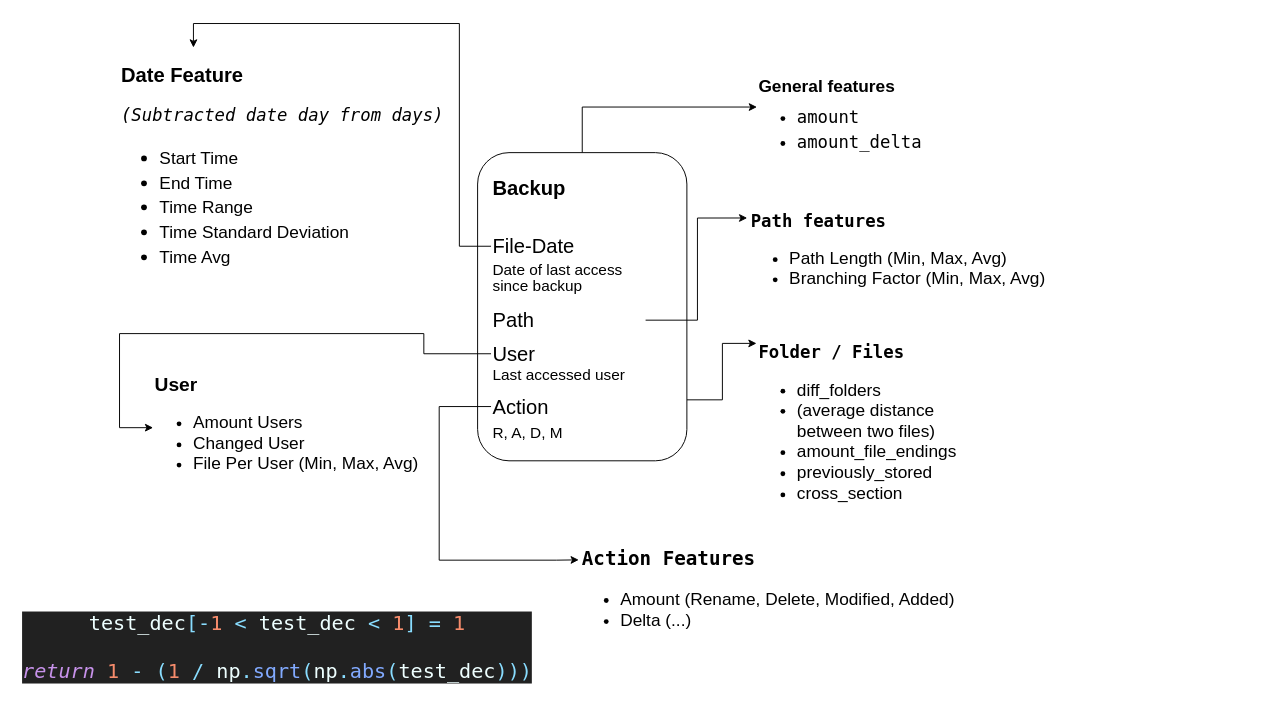
Earlier version of the draw.io diagram diagrams/FeatureOverview.drawio (Blaxzter/AI-RWTH-Internship). Source tidied: cells renumbered, new cells numbered last; positions are measured from the earlier drawing's top-left corner, leaving out a move shared by most shapes. Both pictures are drawn from the tidied source at 96%, with x=0, y=0 at pixel (16, 23).
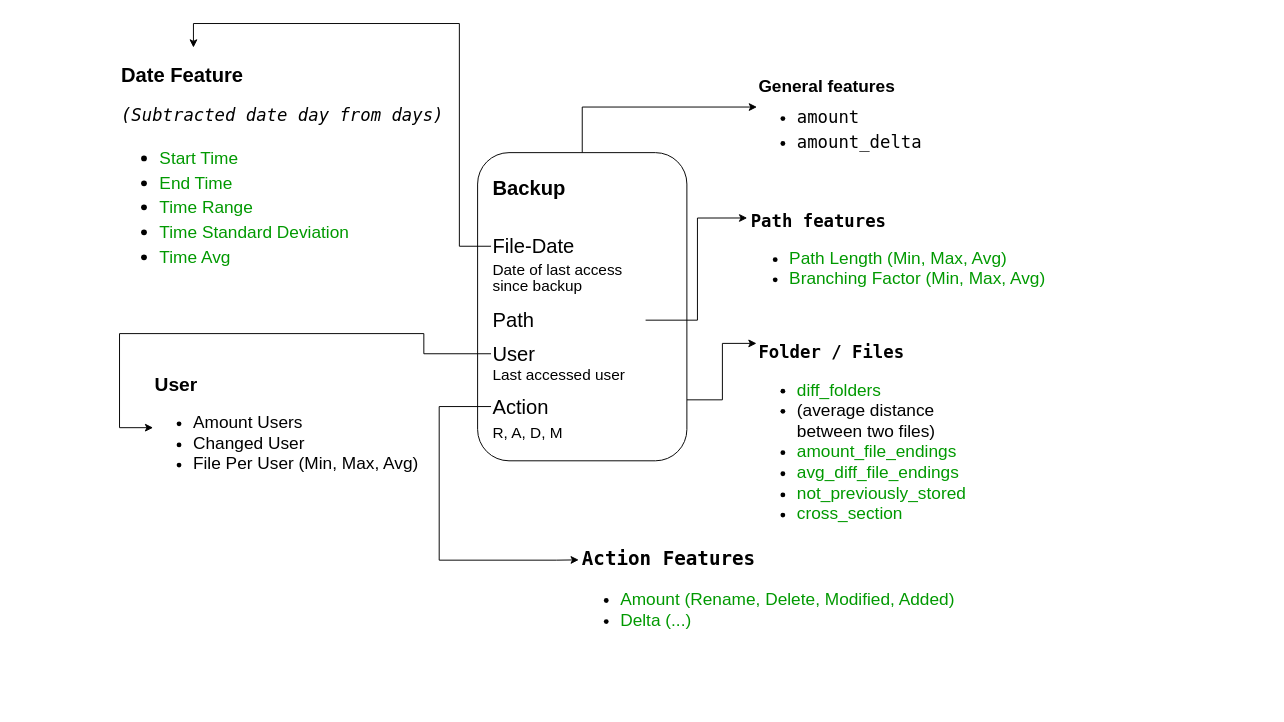
After the change.

The edit, as a diff of the source:
```diff
@@
-    <mxCell id="19" value="&lt;pre style=&quot;font-family: &amp;#34;menlo&amp;#34; , monospace ; font-size: 18px&quot;&gt;&lt;font style=&quot;font-size: 18px&quot;&gt;&lt;span style=&quot;background-color: transparent&quot;&gt;&lt;b&gt;Path features&lt;/b&gt;&lt;span style=&quot;font-style: italic&quot;&gt;&lt;br&gt;&lt;/span&gt;&lt;/span&gt;&lt;/font&gt;&lt;/pre&gt;&lt;ul style=&quot;font-size: 18px&quot;&gt;&lt;li&gt;&lt;font style=&quot;font-size: 18px&quot;&gt;&lt;span style=&quot;background-color: transparent&quot;&gt;Path Length (Min, Max, Avg)&lt;/span&gt;&lt;/font&gt;&lt;/li&gt;&lt;li&gt;Branching Factor (Min, Max, Avg)&lt;br&gt;&lt;/li&gt;&lt;/ul&gt;&lt;pre style=&quot;font-family: &amp;#34;menlo&amp;#34; , monospace ; font-size: 18px&quot;&gt;&lt;font style=&quot;font-size: 18px&quot;&gt;&lt;span style=&quot;background-color: transparent&quot;&gt;&lt;br&gt;&lt;/span&gt;&lt;/font&gt;&lt;/pre&gt;" style="text;whiteSpace=wrap;html=1;fontSize=21;" parent="1" vertex="1">
+    <mxCell id="19" value="&lt;pre style=&quot;font-family: &amp;#34;menlo&amp;#34; , monospace ; font-size: 18px&quot;&gt;&lt;font style=&quot;font-size: 18px&quot;&gt;&lt;span style=&quot;background-color: transparent&quot;&gt;&lt;b&gt;Path features&lt;/b&gt;&lt;span style=&quot;font-style: italic&quot;&gt;&lt;br&gt;&lt;/span&gt;&lt;/span&gt;&lt;/font&gt;&lt;/pre&gt;&lt;ul style=&quot;font-size: 18px&quot;&gt;&lt;li&gt;&lt;font style=&quot;font-size: 18px&quot; color=&quot;#009900&quot;&gt;&lt;span style=&quot;background-color: transparent&quot;&gt;Path Length (Min, Max, Avg)&lt;/span&gt;&lt;/font&gt;&lt;/li&gt;&lt;li&gt;&lt;font color=&quot;#009900&quot;&gt;Branching Factor (Min, Max, Avg)&lt;br&gt;&lt;/font&gt;&lt;/li&gt;&lt;/ul&gt;&lt;pre style=&quot;font-family: &amp;#34;menlo&amp;#34; , monospace ; font-size: 18px&quot;&gt;&lt;font style=&quot;font-size: 18px&quot;&gt;&lt;span style=&quot;background-color: transparent&quot;&gt;&lt;br&gt;&lt;/span&gt;&lt;/font&gt;&lt;/pre&gt;" style="text;whiteSpace=wrap;html=1;fontSize=21;" parent="1" vertex="1">
       <mxGeometry x="763" y="170" width="540" height="231" as="geometry" />
     </mxCell>
-    <mxCell id="20" value="&lt;font size=&quot;1&quot;&gt;&lt;b&gt;&lt;font style=&quot;font-size: 18px&quot;&gt;&lt;span style=&quot;background-color: transparent ; font-size: 21px&quot;&gt;Date Feature &lt;/span&gt;&lt;/font&gt;&lt;/b&gt;&lt;/font&gt;&lt;br&gt;&lt;font style=&quot;font-size: 18px&quot;&gt;&lt;span style=&quot;background-color: transparent&quot;&gt;&lt;span style=&quot;font-style: italic&quot;&gt;&lt;/span&gt;&lt;/span&gt;&lt;/font&gt;&lt;pre style=&quot;font-family: &amp;#34;menlo&amp;#34; , monospace ; font-size: 18px&quot;&gt;&lt;font style=&quot;font-size: 18px&quot;&gt;&lt;span style=&quot;background-color: transparent&quot;&gt;&lt;span style=&quot;font-style: italic&quot;&gt;(Subtracted date day from days)&lt;br&gt;&lt;/span&gt;&lt;/span&gt;&lt;/font&gt;&lt;/pre&gt;&lt;ul&gt;&lt;li&gt;&lt;font style=&quot;font-size: 18px&quot;&gt;&lt;span style=&quot;background-color: transparent&quot;&gt;Start Time &lt;br&gt;&lt;/span&gt;&lt;/font&gt;&lt;/li&gt;&lt;li&gt;&lt;font style=&quot;font-size: 18px&quot;&gt;&lt;span style=&quot;background-color: transparent&quot;&gt;End Time&lt;br&gt;&lt;/span&gt;&lt;/font&gt;&lt;/li&gt;&lt;li&gt;&lt;font style=&quot;font-size: 18px&quot;&gt;&lt;span style=&quot;background-color: transparent&quot;&gt;Time Range&lt;br&gt;&lt;/span&gt;&lt;/font&gt;&lt;/li&gt;&lt;li&gt;&lt;font style=&quot;font-size: 18px&quot;&gt;&lt;span style=&quot;background-color: transparent&quot;&gt;Time Standard Deviation&lt;br&gt;&lt;/span&gt;&lt;/font&gt;&lt;/li&gt;&lt;li&gt;&lt;font style=&quot;font-size: 18px&quot;&gt;&lt;span style=&quot;background-color: transparent&quot;&gt;Time Avg&lt;br&gt;&lt;/span&gt;&lt;/font&gt;&lt;/li&gt;&lt;/ul&gt;&lt;pre style=&quot;font-family: &amp;#34;menlo&amp;#34; , monospace ; font-size: 18px&quot;&gt;&lt;font style=&quot;font-size: 18px&quot;&gt;&lt;span style=&quot;background-color: transparent&quot;&gt;&lt;br&gt;&lt;/span&gt;&lt;span style=&quot;background-color: transparent&quot;&gt;&lt;br&gt;&lt;br&gt;&lt;br&gt;&lt;/span&gt;&lt;/font&gt;&lt;/pre&gt;" style="text;whiteSpace=wrap;html=1;fontSize=21;" parent="1" vertex="1">
+    <mxCell id="20" value="&lt;font size=&quot;1&quot;&gt;&lt;b&gt;&lt;font style=&quot;font-size: 18px&quot;&gt;&lt;span style=&quot;background-color: transparent ; font-size: 21px&quot;&gt;Date Feature &lt;/span&gt;&lt;/font&gt;&lt;/b&gt;&lt;/font&gt;&lt;br&gt;&lt;font style=&quot;font-size: 18px&quot;&gt;&lt;span style=&quot;background-color: transparent&quot;&gt;&lt;span style=&quot;font-style: italic&quot;&gt;&lt;/span&gt;&lt;/span&gt;&lt;/font&gt;&lt;pre style=&quot;font-family: &amp;#34;menlo&amp;#34; , monospace ; font-size: 18px&quot;&gt;&lt;font style=&quot;font-size: 18px&quot;&gt;&lt;span style=&quot;background-color: transparent&quot;&gt;&lt;span style=&quot;font-style: italic&quot;&gt;(Subtracted date day from days)&lt;br&gt;&lt;/span&gt;&lt;/span&gt;&lt;/font&gt;&lt;/pre&gt;&lt;ul&gt;&lt;li&gt;&lt;font style=&quot;font-size: 18px&quot; color=&quot;#009900&quot;&gt;&lt;span style=&quot;background-color: transparent&quot;&gt;Start Time &lt;br&gt;&lt;/span&gt;&lt;/font&gt;&lt;/li&gt;&lt;li&gt;&lt;font style=&quot;font-size: 18px&quot; color=&quot;#009900&quot;&gt;&lt;span style=&quot;background-color: transparent&quot;&gt;End Time&lt;br&gt;&lt;/span&gt;&lt;/font&gt;&lt;/li&gt;&lt;li&gt;&lt;font style=&quot;font-size: 18px&quot; color=&quot;#009900&quot;&gt;&lt;span style=&quot;background-color: transparent&quot;&gt;Time Range&lt;br&gt;&lt;/span&gt;&lt;/font&gt;&lt;/li&gt;&lt;li&gt;&lt;font style=&quot;font-size: 18px&quot; color=&quot;#009900&quot;&gt;&lt;span style=&quot;background-color: transparent&quot;&gt;Time Standard Deviation&lt;br&gt;&lt;/span&gt;&lt;/font&gt;&lt;/li&gt;&lt;li&gt;&lt;font style=&quot;font-size: 18px&quot;&gt;&lt;span style=&quot;background-color: transparent&quot;&gt;&lt;font color=&quot;#009900&quot;&gt;Time Avg&lt;/font&gt;&lt;br&gt;&lt;/span&gt;&lt;/font&gt;&lt;/li&gt;&lt;/ul&gt;&lt;pre style=&quot;font-family: &amp;#34;menlo&amp;#34; , monospace ; font-size: 18px&quot;&gt;&lt;font style=&quot;font-size: 18px&quot;&gt;&lt;span style=&quot;background-color: transparent&quot;&gt;&lt;br&gt;&lt;/span&gt;&lt;span style=&quot;background-color: transparent&quot;&gt;&lt;br&gt;&lt;br&gt;&lt;br&gt;&lt;/span&gt;&lt;/font&gt;&lt;/pre&gt;" style="text;whiteSpace=wrap;html=1;fontSize=21;" parent="1" vertex="1">
       <mxGeometry x="107" y="34" width="365" height="244" as="geometry" />
     </mxCell>
-    <mxCell id="21" value="&lt;pre style=&quot;font-family: &amp;#34;menlo&amp;#34; , monospace ; font-size: 18px&quot;&gt;&lt;font style=&quot;font-size: 18px&quot;&gt;&lt;span style=&quot;background-color: transparent&quot;&gt;&lt;b&gt;Folder / Files&lt;/b&gt;&lt;span style=&quot;font-style: italic&quot;&gt;&lt;br&gt;&lt;/span&gt;&lt;/span&gt;&lt;/font&gt;&lt;/pre&gt;&lt;ul style=&quot;font-size: 18px&quot;&gt;&lt;li&gt;&lt;font style=&quot;font-size: 18px&quot;&gt;&lt;span style=&quot;background-color: transparent&quot;&gt;diff_folders&lt;/span&gt;&lt;/font&gt;&lt;/li&gt;&lt;li&gt;&lt;font style=&quot;font-size: 18px&quot;&gt;&lt;span style=&quot;background-color: transparent&quot;&gt;(average distance between two files)&lt;/span&gt;&lt;/font&gt;&lt;/li&gt;&lt;li&gt;&lt;font style=&quot;font-size: 18px&quot;&gt;&lt;span style=&quot;background-color: transparent&quot;&gt;amount_file_endings&lt;/span&gt;&lt;span style=&quot;background-color: transparent&quot;&gt;&lt;span style=&quot;background-color: transparent&quot;&gt;&lt;/span&gt;&lt;/span&gt;&lt;/font&gt;&lt;/li&gt;&lt;li&gt;&lt;font style=&quot;font-size: 18px&quot;&gt;&lt;span style=&quot;background-color: transparent&quot;&gt;&lt;span style=&quot;background-color: transparent&quot;&gt;previously_stored&lt;/span&gt;&lt;/span&gt;&lt;/font&gt;&lt;/li&gt;&lt;li&gt;&lt;font style=&quot;font-size: 18px&quot;&gt;&lt;span style=&quot;background-color: transparent&quot;&gt;&lt;span style=&quot;background-color: transparent&quot;&gt;cross_section&lt;/span&gt; &lt;/span&gt;&lt;/font&gt;&lt;/li&gt;&lt;/ul&gt;" style="text;whiteSpace=wrap;html=1;fontSize=21;" parent="1" vertex="1">
+    <mxCell id="21" value="&lt;pre style=&quot;font-family: &amp;#34;menlo&amp;#34; , monospace ; font-size: 18px&quot;&gt;&lt;font style=&quot;font-size: 18px&quot;&gt;&lt;span style=&quot;background-color: transparent&quot;&gt;&lt;b&gt;Folder / Files&lt;/b&gt;&lt;span style=&quot;font-style: italic&quot;&gt;&lt;br&gt;&lt;/span&gt;&lt;/span&gt;&lt;/font&gt;&lt;/pre&gt;&lt;ul style=&quot;font-size: 18px&quot;&gt;&lt;li&gt;&lt;font style=&quot;font-size: 18px&quot; color=&quot;#009900&quot;&gt;&lt;span style=&quot;background-color: transparent&quot;&gt;diff_folders&lt;/span&gt;&lt;/font&gt;&lt;/li&gt;&lt;li&gt;&lt;font style=&quot;font-size: 18px&quot;&gt;&lt;span style=&quot;background-color: transparent&quot;&gt;(average distance between two files)&lt;/span&gt;&lt;/font&gt;&lt;/li&gt;&lt;li&gt;&lt;font style=&quot;font-size: 18px&quot; color=&quot;#009900&quot;&gt;&lt;span style=&quot;background-color: transparent&quot;&gt;amount_file_endings&lt;/span&gt;&lt;span style=&quot;background-color: transparent&quot;&gt;&lt;span style=&quot;background-color: transparent&quot;&gt;&lt;/span&gt;&lt;/span&gt;&lt;/font&gt;&lt;/li&gt;&lt;li&gt;&lt;font style=&quot;font-size: 18px&quot; color=&quot;#009900&quot;&gt;&lt;span style=&quot;background-color: transparent&quot;&gt;avg_diff_file_endings&lt;/span&gt;&lt;/font&gt;&lt;/li&gt;&lt;li&gt;&lt;font style=&quot;font-size: 18px&quot; color=&quot;#009900&quot;&gt;&lt;span style=&quot;background-color: transparent&quot;&gt;&lt;span style=&quot;background-color: transparent&quot;&gt;not_previously_stored&lt;/span&gt;&lt;/span&gt;&lt;/font&gt;&lt;/li&gt;&lt;li&gt;&lt;font style=&quot;font-size: 18px&quot;&gt;&lt;span style=&quot;background-color: transparent&quot;&gt;&lt;span style=&quot;background-color: transparent&quot;&gt;&lt;font color=&quot;#009900&quot;&gt;cross_section&lt;/font&gt;&lt;/span&gt; &lt;/span&gt;&lt;/font&gt;&lt;/li&gt;&lt;/ul&gt;" style="text;whiteSpace=wrap;html=1;fontSize=21;" parent="1" vertex="1">
       <mxGeometry x="771" y="307" width="226" height="194" as="geometry" />
     </mxCell>
-    <mxCell id="22" value="&lt;p style=&quot;line-height: 0% ; font-size: 20px&quot;&gt;&lt;/p&gt;&lt;pre style=&quot;font-family: &amp;#34;menlo&amp;#34; , monospace ; font-size: 20px&quot;&gt;&lt;font style=&quot;font-size: 20px&quot;&gt;&lt;span style=&quot;background-color: transparent&quot;&gt;&lt;b&gt;Action Features&lt;/b&gt;&lt;span style=&quot;font-style: italic&quot;&gt;&lt;br&gt;&lt;/span&gt;&lt;/span&gt;&lt;/font&gt;&lt;/pre&gt;&lt;ul style=&quot;font-size: 18px&quot;&gt;&lt;li&gt;Amount (Rename, Delete, Modified, Added)&lt;/li&gt;&lt;li&gt;Delta (...)&lt;br&gt;&lt;/li&gt;&lt;/ul&gt;&lt;p style=&quot;font-size: 20px&quot;&gt;&lt;/p&gt;" style="text;whiteSpace=wrap;html=1;fontSize=21;" parent="1" vertex="1">
+    <mxCell id="22" value="&lt;p style=&quot;line-height: 0% ; font-size: 20px&quot;&gt;&lt;/p&gt;&lt;pre style=&quot;font-family: &amp;#34;menlo&amp;#34; , monospace ; font-size: 20px&quot;&gt;&lt;font style=&quot;font-size: 20px&quot;&gt;&lt;span style=&quot;background-color: transparent&quot;&gt;&lt;b&gt;Action Features&lt;/b&gt;&lt;span style=&quot;font-style: italic&quot;&gt;&lt;br&gt;&lt;/span&gt;&lt;/span&gt;&lt;/font&gt;&lt;/pre&gt;&lt;ul style=&quot;font-size: 18px&quot;&gt;&lt;li&gt;&lt;font color=&quot;#009900&quot;&gt;Amount (Rename, Delete, Modified, Added)&lt;/font&gt;&lt;/li&gt;&lt;li&gt;&lt;font color=&quot;#009900&quot;&gt;Delta (...)&lt;/font&gt;&lt;br&gt;&lt;/li&gt;&lt;/ul&gt;&lt;p style=&quot;font-size: 20px&quot;&gt;&lt;/p&gt;" style="text;whiteSpace=wrap;html=1;fontSize=21;" parent="1" vertex="1">
       <mxGeometry x="587" y="519" width="402" height="131" as="geometry" />
     </mxCell>
-    <mxCell id="23" value="&lt;pre style=&quot;background-color: #212121 ; color: #eeffff ; font-family: &amp;#34;menlo&amp;#34; , monospace ; font-size: 9 0pt&quot;&gt;test_dec&lt;span style=&quot;color: #89ddff&quot;&gt;[-&lt;/span&gt;&lt;span style=&quot;color: #f78c6c&quot;&gt;1 &lt;/span&gt;&lt;span style=&quot;color: #89ddff&quot;&gt;&amp;lt; &lt;/span&gt;test_dec &lt;span style=&quot;color: #89ddff&quot;&gt;&amp;lt; &lt;/span&gt;&lt;span style=&quot;color: #f78c6c&quot;&gt;1&lt;/span&gt;&lt;span style=&quot;color: #89ddff&quot;&gt;] = &lt;/span&gt;&lt;span style=&quot;color: #f78c6c&quot;&gt;1&lt;br&gt;&lt;/span&gt;&lt;span style=&quot;color: #f78c6c&quot;&gt;&lt;br&gt;&lt;/span&gt;&lt;span style=&quot;color: #c792ea ; font-style: italic&quot;&gt;return &lt;/span&gt;&lt;span style=&quot;color: #f78c6c&quot;&gt;1 &lt;/span&gt;&lt;span style=&quot;color: #89ddff&quot;&gt;- (&lt;/span&gt;&lt;span style=&quot;color: #f78c6c&quot;&gt;1 &lt;/span&gt;&lt;span style=&quot;color: #89ddff&quot;&gt;/ &lt;/span&gt;np&lt;span style=&quot;color: #89ddff&quot;&gt;.&lt;/span&gt;&lt;span style=&quot;color: #82aaff&quot;&gt;sqrt&lt;/span&gt;&lt;span style=&quot;color: #89ddff&quot;&gt;(&lt;/span&gt;np&lt;span style=&quot;color: #89ddff&quot;&gt;.&lt;/span&gt;&lt;span style=&quot;color: #82aaff&quot;&gt;abs&lt;/span&gt;&lt;span style=&quot;color: #89ddff&quot;&gt;(&lt;/span&gt;test_dec&lt;span style=&quot;color: #89ddff&quot;&gt;)))&lt;/span&gt;&lt;/pre&gt;" style="text;html=1;align=center;verticalAlign=middle;strokeColor=none;fontSize=21;" parent="1" vertex="1">
-      <mxGeometry y="589" width="541" height="121" as="geometry" />
-    </mxCell>
```
